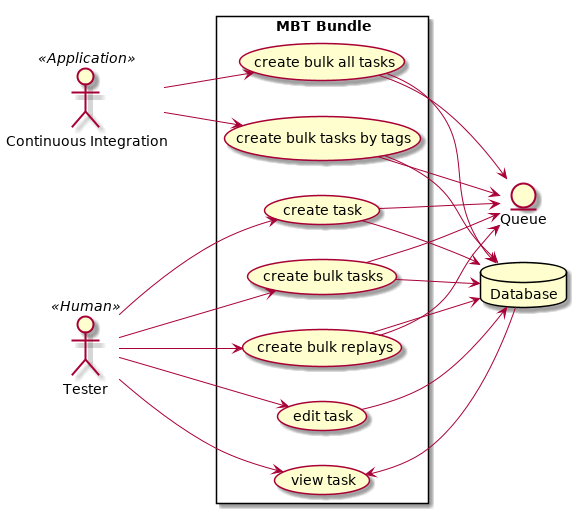
Earlier version of the PlantUML export diagrams/tasks/use-case.png (tienvx/mbt-assets).
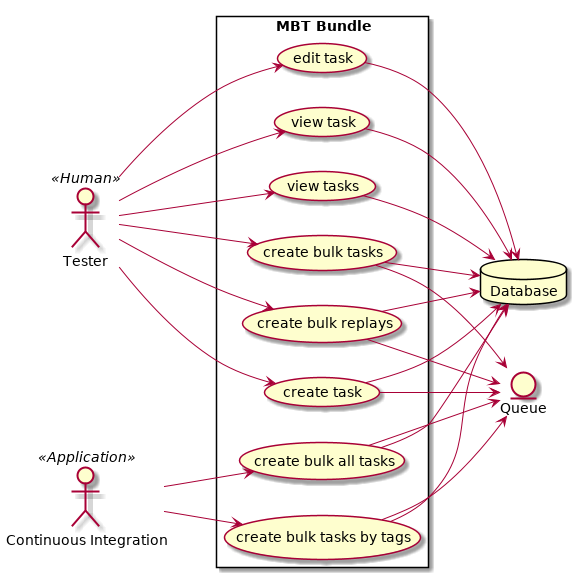
The same diagram one commit later.

What changed in the source:
```diff
@@ -14,6 +14,7 @@
   tester --> (create bulk replays)
   tester --> (edit task)
   tester --> (view task)
+  tester --> (view tasks)
   ci --> (create bulk tasks by tags)
   ci --> (create bulk all tasks)
   (create task) --> database
@@ -27,7 +28,8 @@
   (create bulk all tasks) --> database
   (create bulk all tasks) --> queue
   (edit task) --> database
-  database --> (view task)
+  (view task) --> database
+  (view tasks) --> database
 }
 
 @enduml
```
